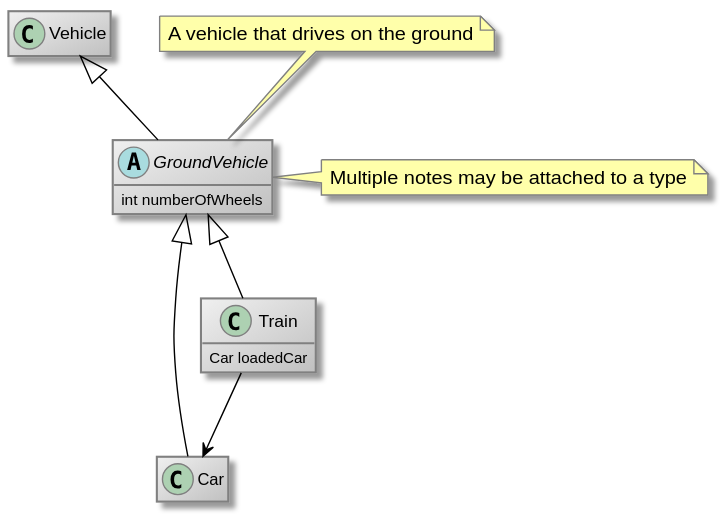
Above: doc/images/ground-vehicles_class.svg in comsysto/livingdoc (PlantUML), before the change.
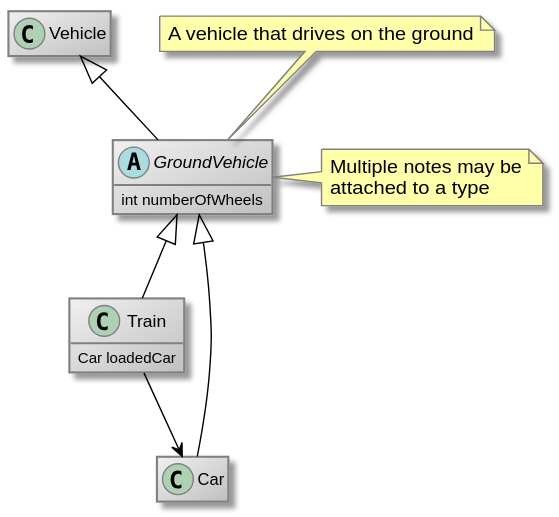
After the change.

Change to the diagram source:
```diff
@@ -27,20 +27,21 @@
 end note
 
 note right of GroundVehicle
-Multiple notes may be attached to a type
+Multiple notes may be
+attached to a type
 end note
 
-class Car
 
 class Train {
     Car loadedCar
 
 }
 
+class Car
 
 Vehicle <|-- GroundVehicle
+GroundVehicle <|-- Train
 GroundVehicle <|-- Car
-GroundVehicle <|-- Train
 
 Train --> Car
 
```
